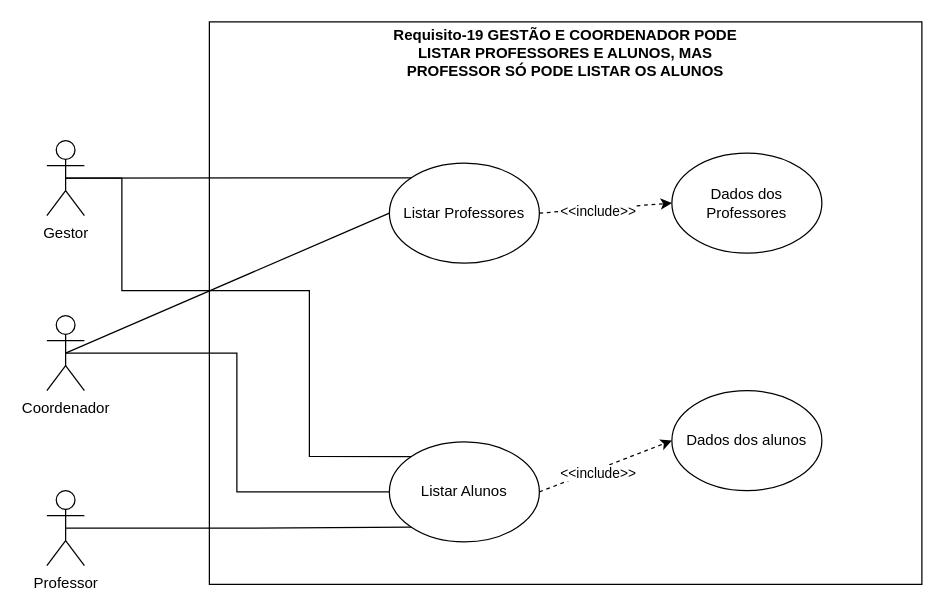
Earlier version of the draw.io diagram Requisito-19.drawio (LizReis/An-lise-de-Sistemas). Source tidied: cells renumbered, new cells numbered last; positions are measured from the earlier drawing's top-left corner, leaving out a move shared by most shapes. Both pictures are drawn from the tidied source at 125%, with x=0, y=0 at pixel (46, 21).
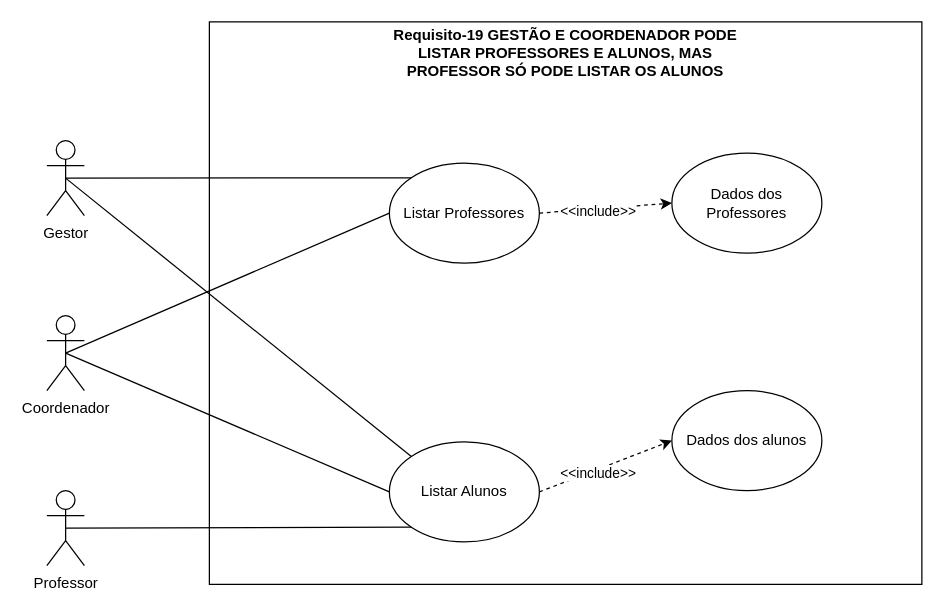
The same diagram, later.

The change refers to these unchanged cells:
```xml
<mxCell id="4" value="Gestor" style="shape=umlActor;verticalLabelPosition=bottom;verticalAlign=top;html=1;outlineConnect=0;" parent="1" vertex="1">
  <mxGeometry y="95" width="30" height="60" as="geometry" />
</mxCell>
<mxCell id="6" value="Coordenador" style="shape=umlActor;verticalLabelPosition=bottom;verticalAlign=top;html=1;outlineConnect=0;" parent="1" vertex="1">
  <mxGeometry y="235" width="30" height="60" as="geometry" />
</mxCell>
<mxCell id="7" value="Professor" style="shape=umlActor;verticalLabelPosition=bottom;verticalAlign=top;html=1;outlineConnect=0;" parent="1" vertex="1">
  <mxGeometry y="375" width="30" height="60" as="geometry" />
</mxCell>
<mxCell id="8" value="Listar Alunos" style="ellipse;whiteSpace=wrap;html=1;" parent="1" vertex="1">
  <mxGeometry x="274" y="336" width="120" height="80" as="geometry" />
</mxCell>
```

What changed in the source:
```diff
@@
-    <mxCell id="3" style="edgeStyle=orthogonalEdgeStyle;rounded=0;jettySize=auto;html=1;exitX=0.5;exitY=0.5;exitDx=0;exitDy=0;exitPerimeter=0;entryX=0;entryY=0;entryDx=0;entryDy=0;endArrow=none;startFill=0;" parent="1" edge="1" source="4" target="8">
-      <mxGeometry relative="1" as="geometry">
-        <Array as="points">
-          <mxPoint x="60" y="125" />
-          <mxPoint x="60" y="215" />
-          <mxPoint x="210" y="215" />
-          <mxPoint x="210" y="348" />
-        </Array>
-      </mxGeometry>
+    <mxCell id="3" style="rounded=0;jettySize=auto;html=1;exitX=0.5;exitY=0.5;exitDx=0;exitDy=0;exitPerimeter=0;entryX=0;entryY=0;entryDx=0;entryDy=0;endArrow=none;startFill=0;" parent="1" edge="1" source="4" target="8">
+      <mxGeometry relative="1" as="geometry" />
     </mxCell>
@@
-    <mxCell id="5" style="edgeStyle=orthogonalEdgeStyle;rounded=0;jettySize=auto;html=1;exitX=0.5;exitY=0.5;exitDx=0;exitDy=0;exitPerimeter=0;endArrow=none;startFill=0;entryX=0;entryY=0.5;entryDx=0;entryDy=0;" parent="1" edge="1" source="6" target="8">
+    <mxCell id="5" style="rounded=0;jettySize=auto;html=1;exitX=0.5;exitY=0.5;exitDx=0;exitDy=0;exitPerimeter=0;endArrow=none;startFill=0;entryX=0;entryY=0.5;entryDx=0;entryDy=0;" parent="1" edge="1" source="6" target="8">
       <mxGeometry relative="1" as="geometry" />
     </mxCell>
@@
-    <mxCell id="9" style="edgeStyle=orthogonalEdgeStyle;rounded=0;jettySize=auto;html=1;exitX=0.5;exitY=0.5;exitDx=0;exitDy=0;exitPerimeter=0;entryX=0;entryY=1;entryDx=0;entryDy=0;endArrow=none;startFill=0;" parent="1" edge="1" source="7" target="8">
+    <mxCell id="9" style="rounded=0;jettySize=auto;html=1;exitX=0.5;exitY=0.5;exitDx=0;exitDy=0;exitPerimeter=0;entryX=0;entryY=1;entryDx=0;entryDy=0;endArrow=none;startFill=0;" parent="1" edge="1" source="7" target="8">
       <mxGeometry relative="1" as="geometry" />
     </mxCell>
```
